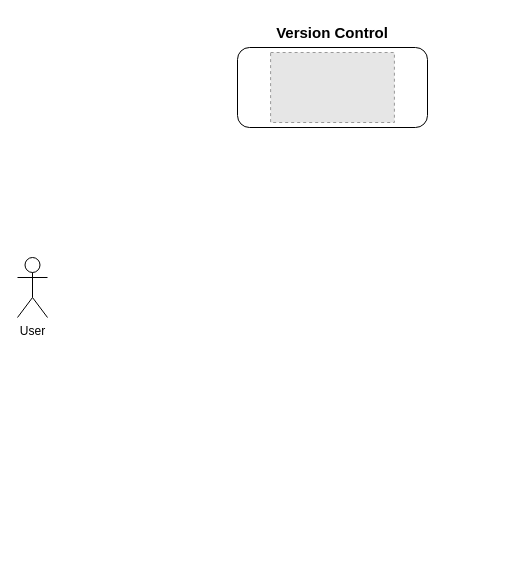
The draw.io diagram diagram.drawio in ziweiy5/comi-chatbot, before the edit. Source tidied: cells renumbered, new cells numbered last; positions are measured from the earlier drawing's top-left corner, leaving out a move shared by most shapes. Both pictures are drawn from the tidied source at 100%, with x=0, y=0 at pixel (17, 17). Pictures stored in the file or linked from it are replaced by grey dashed boxes.
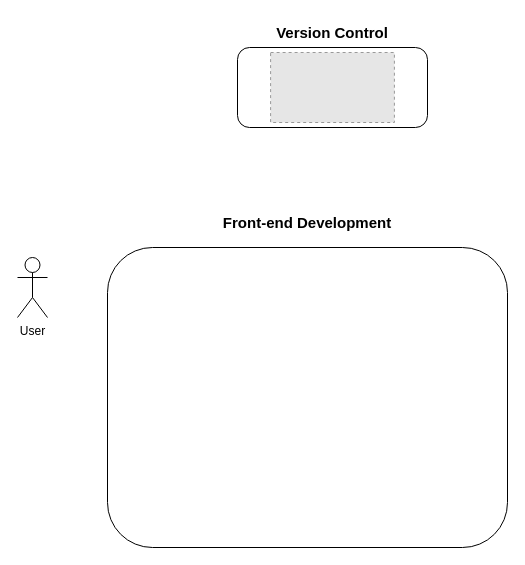
The same page after the edit.

Diff of the diagram source:
```diff
@@
 <mxGraphModel>
   <root>
     <mxCell id="0" />
     <mxCell id="1" parent="0" />
     <mxCell id="2" value="User" style="shape=umlActor;verticalLabelPosition=bottom;verticalAlign=top;html=1;" parent="1" vertex="1">
       <mxGeometry y="240" width="30" height="60" as="geometry" />
     </mxCell>
     <mxCell id="3" style="rounded=1;whiteSpace=wrap;html=1;" parent="1" vertex="1">
       <mxGeometry x="220" y="30" width="190" height="80" as="geometry" />
     </mxCell>
     <mxCell id="4" value="&lt;font style=&quot;font-size: 15px;&quot;&gt;&lt;b style=&quot;&quot;&gt;Version Control&lt;/b&gt;&lt;/font&gt;" style="text;html=1;align=center;verticalAlign=middle;whiteSpace=wrap;rounded=0;strokeWidth=3;" parent="1" vertex="1">
       <mxGeometry x="235" width="160" height="30" as="geometry" />
     </mxCell>
     <mxCell id="5" style="fillColor=#E6E6E6;strokeColor=#999999;dashed=1;verticalLabelPosition=bottom;labelBackgroundColor=default;verticalAlign=top;" parent="1" vertex="1">
       <mxGeometry x="253.1" y="35" width="123.8" height="70" as="geometry" />
     </mxCell>
+    <mxCell id="6" style="rounded=1;whiteSpace=wrap;html=1;" parent="1" vertex="1">
+      <mxGeometry x="90" y="230" width="400" height="300" as="geometry" />
+    </mxCell>
+    <mxCell id="7" value="&lt;font style=&quot;font-size: 15px;&quot;&gt;&lt;b&gt;Front-end Development&lt;/b&gt;&lt;/font&gt;" style="text;html=1;align=center;verticalAlign=middle;whiteSpace=wrap;rounded=0;" parent="1" vertex="1">
+      <mxGeometry x="195" y="190" width="190" height="30" as="geometry" />
+    </mxCell>
   </root>
 </mxGraphModel>
```
